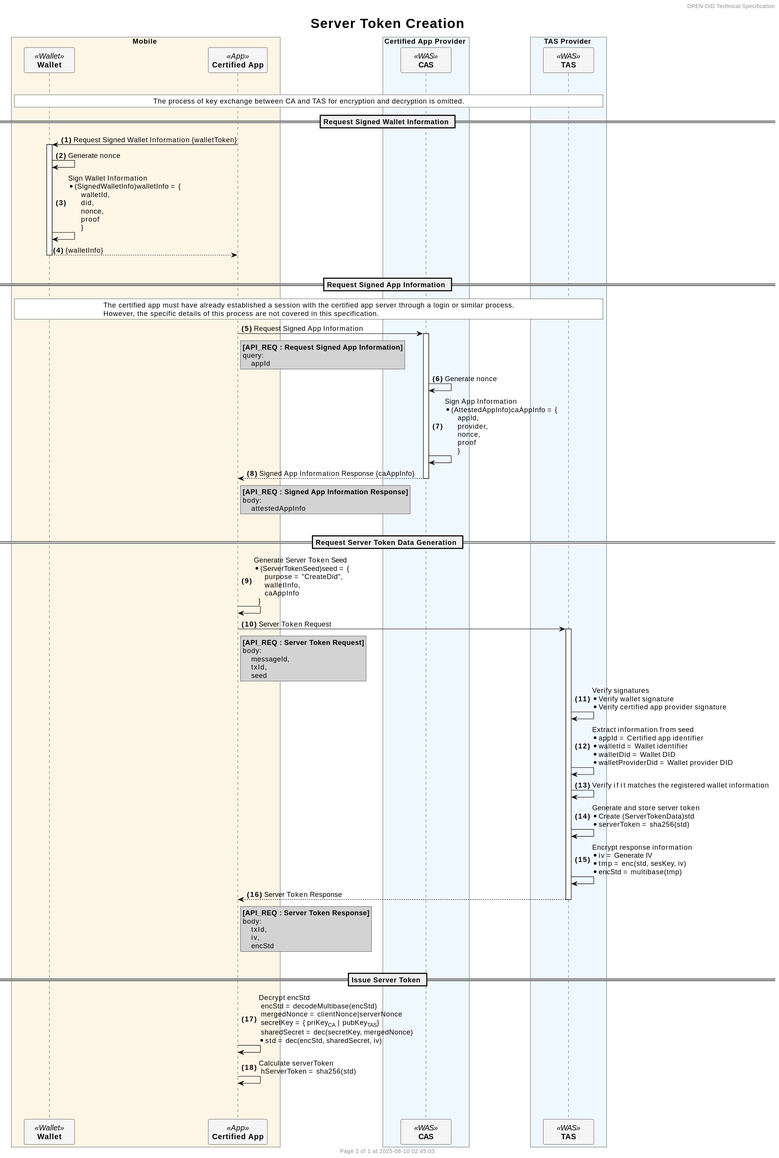
This is docs/sequence/detailed/images/issue_server_token.svg from OmniOneID/did-doc-architecture, a PlantUML export, as it was before one commit. Its diagram source:
```plantuml
@startuml
header OPEN-DID Technical Specification
footer
  	Page %page% of %lastpage% at %date("yyyy-MM-dd hh:mm:ss")
end footer

title
	<size:25>Server Token Creation</size>
end title

autonumber "<b>(#)</b>"

skinparam ParticipantPadding 20
skinparam BoxPadding 20
skinparam MaxMessageSize 500
skinparam MinClassWidth 80

box Mobile #OldLace
    participant "**Wallet**" as WALLET <<Wallet>> #WhiteSmoke
    participant "**Certified App**" as CA <<App>> #WhiteSmoke
end box

box Certified App Provider #AliceBlue
    participant "**CAS**" as CAS <<WAS>> #WhiteSmoke
end box

box TAS Provider #AliceBlue
    participant "**TAS**" as TAS <<WAS>> #WhiteSmoke
end box


!$refdoc = "Refer to separate document"
!$doc = "Refer to data specification document"

|||

rnote across #white
    The process of key exchange between CA and TAS for encryption and decryption is omitted.
end note

== Request Signed Wallet Information ==
CA -> WALLET ++ : Request Signed Wallet Information {walletToken}
    WALLET -> WALLET: Generate nonce
    WALLET -> WALLET: Sign Wallet Information                \n* (SignedWalletInfo)walletInfo = {                \n      walletId,                \n      did,                \n      nonce,                \n      proof                \n      }
return {walletInfo}


|||
== Request Signed App Information ==
rnote across #white
    The certified app must have already established a session with the certified app server through a login or similar process.
    However, the specific details of this process are not covered in this specification.
end note

CA -> CAS ++ : Request Signed App Information
rnote right of CA #LightGray
    **[API_REQ : Request Signed App Information]**
    query:
        appId
end note
    CAS -> CAS : Generate nonce
    CAS -> CAS : Sign App Information            \n* (AttestedAppInfo)caAppInfo = {            \n      appId,            \n      provider,            \n      nonce,            \n      proof            \n      }
return Signed App Information Response {caAppInfo}
rnote right of CA #LightGray
    **[API_REQ : Signed App Information Response]**
    body:
        attestedAppInfo
end note


|||
== Request Server Token Data Generation ==
CA -> CA: Generate Server Token Seed        \n* (ServerTokenSeed)seed = {        \n     purpose = "CreateDid",        \n     walletInfo,        \n     caAppInfo        \n  }

    CA -> TAS++ : Server Token Request
    rnote right of CA #LightGray
        **[API_REQ : Server Token Request]**
        body:
            messageId,
            txId,
            seed
    end note

    TAS -> TAS: Verify signatures            \n* Verify wallet signature            \n* Verify certified app provider signature

    TAS -> TAS: Extract information from seed            \n* appId = Certified app identifier            \n* walletId = Wallet identifier            \n* walletDid = Wallet DID            \n* walletProviderDid = Wallet provider DID

    TAS -> TAS: Verify if it matches the registered wallet information

    TAS -> TAS: Generate and store server token            \n* Create (ServerTokenData)std            \n* serverToken = sha256(std)

    TAS -> TAS: Encrypt response information            \n* iv = Generate IV            \n* tmp = enc(std, sesKey, iv)            \n* encStd = multibase(tmp)

return Server Token Response
rnote right of CA #LightGray
    **[API_REQ : Server Token Response]**
    body:
        txId,
        iv,
        encStd
end note


|||
== Issue Server Token ==
CA -> CA: Decrypt encStd    \n encStd = decodeMultibase(encStd)    \n mergedNonce = clientNonce|serverNonce    \n secretKey = { priKey<sub>CA</sub> | pubKey<sub>TAS</sub>}    \n sharedSecret = dec(secretKey, mergedNonce)    \n* std = dec(encStd, sharedSecret, iv)

CA -> CA: Calculate serverToken    \n hServerToken = sha256(std)

|||
|||
@enduml
```
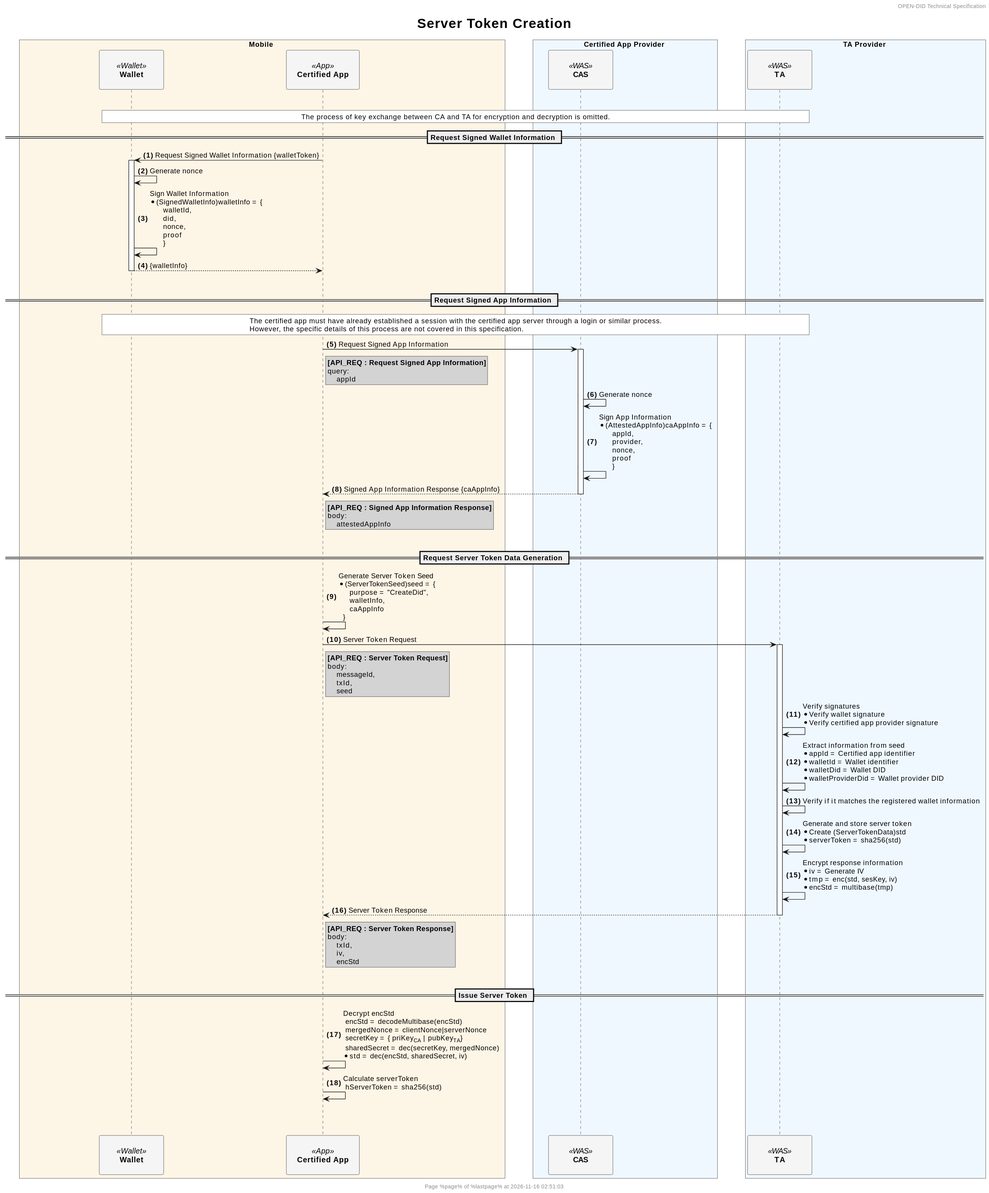
The same diagram one commit later.

Diff of the diagram source:
```diff
@@ -10,7 +10,11 @@
 
 autonumber "<b>(#)</b>"
 
-skinparam ParticipantPadding 20
+<style>
+participant {
+  Padding 20
+}
+</style>
 skinparam BoxPadding 20
 skinparam MaxMessageSize 500
 skinparam MinClassWidth 80
@@ -24,8 +28,8 @@
     participant "**CAS**" as CAS <<WAS>> #WhiteSmoke
 end box
 
-box TAS Provider #AliceBlue
-    participant "**TAS**" as TAS <<WAS>> #WhiteSmoke
+box TA Provider #AliceBlue
+    participant "**TA**" as TA <<WAS>> #WhiteSmoke
 end box
 
 
@@ -35,7 +39,7 @@
 |||
 
 rnote across #white
-    The process of key exchange between CA and TAS for encryption and decryption is omitted.
+    The process of key exchange between CA and TA for encryption and decryption is omitted.
 end note
 
 == Request Signed Wallet Information ==
@@ -72,7 +76,7 @@
 == Request Server Token Data Generation ==
 CA -> CA: Generate Server Token Seed        \n* (ServerTokenSeed)seed = {        \n     purpose = "CreateDid",        \n     walletInfo,        \n     caAppInfo        \n  }
 
-    CA -> TAS++ : Server Token Request
+    CA -> TA++ : Server Token Request
     rnote right of CA #LightGray
         **[API_REQ : Server Token Request]**
         body:
@@ -81,15 +85,15 @@
             seed
     end note
 
-    TAS -> TAS: Verify signatures            \n* Verify wallet signature            \n* Verify certified app provider signature
+    TA -> TA: Verify signatures            \n* Verify wallet signature            \n* Verify certified app provider signature
 
-    TAS -> TAS: Extract information from seed            \n* appId = Certified app identifier            \n* walletId = Wallet identifier            \n* walletDid = Wallet DID            \n* walletProviderDid = Wallet provider DID
+    TA -> TA: Extract information from seed            \n* appId = Certified app identifier            \n* walletId = Wallet identifier            \n* walletDid = Wallet DID            \n* walletProviderDid = Wallet provider DID
 
-    TAS -> TAS: Verify if it matches the registered wallet information
+    TA -> TA: Verify if it matches the registered wallet information
 
-    TAS -> TAS: Generate and store server token            \n* Create (ServerTokenData)std            \n* serverToken = sha256(std)
+    TA -> TA: Generate and store server token            \n* Create (ServerTokenData)std            \n* serverToken = sha256(std)
 
-    TAS -> TAS: Encrypt response information            \n* iv = Generate IV            \n* tmp = enc(std, sesKey, iv)            \n* encStd = multibase(tmp)
+    TA -> TA: Encrypt response information            \n* iv = Generate IV            \n* tmp = enc(std, sesKey, iv)            \n* encStd = multibase(tmp)
 
 return Server Token Response
 rnote right of CA #LightGray
@@ -103,7 +107,7 @@
 
 |||
 == Issue Server Token ==
-CA -> CA: Decrypt encStd    \n encStd = decodeMultibase(encStd)    \n mergedNonce = clientNonce|serverNonce    \n secretKey = { priKey<sub>CA</sub> | pubKey<sub>TAS</sub>}    \n sharedSecret = dec(secretKey, mergedNonce)    \n* std = dec(encStd, sharedSecret, iv)
+CA -> CA: Decrypt encStd    \n encStd = decodeMultibase(encStd)    \n mergedNonce = clientNonce|serverNonce    \n secretKey = { priKey<sub>CA</sub> | pubKey<sub>TA</sub>}    \n sharedSecret = dec(secretKey, mergedNonce)    \n* std = dec(encStd, sharedSecret, iv)
 
 CA -> CA: Calculate serverToken    \n hServerToken = sha256(std)
 
```
